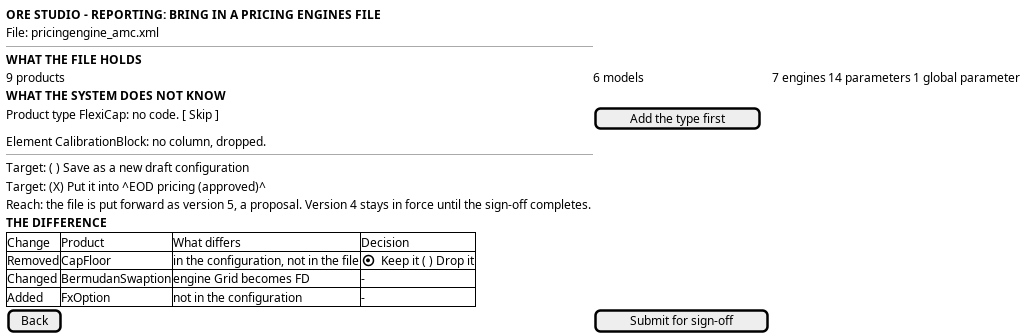
This is doc/knowledge/journeys/reporting/wireframe_bring_in_a_pricing_engines_file.png from OreStudio/OreStudio, a PlantUML export, as it was before one commit. Its source is kept beside it as doc/knowledge/journeys/reporting/wireframe_bring_in_a_pricing_engines_file.puml.
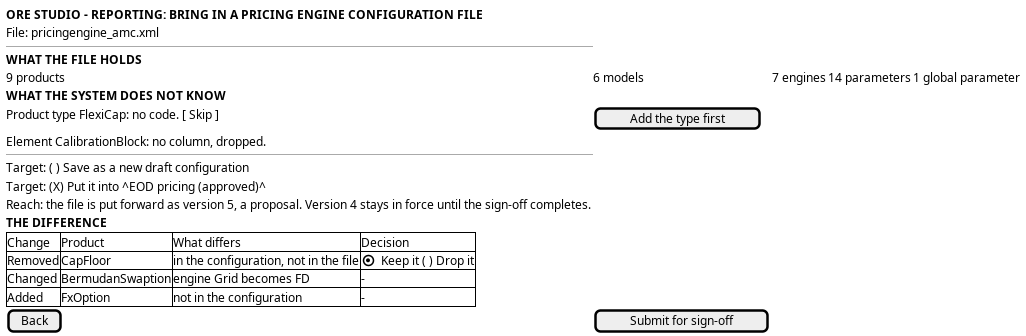
The same diagram one commit later.

Commit message:
[doc] Rename the remaining wireframe titles and steps

The edit, as a diff of the source:
```diff
@@ -2,7 +2,7 @@
 
 salt
 {
-  <b>ORE STUDIO - REPORTING: BRING IN A PRICING ENGINES FILE</b>
+  <b>ORE STUDIO - REPORTING: BRING IN A PRICING ENGINE CONFIGURATION FILE</b>
   File: pricingengine_amc.xml
   --
   <b>WHAT THE FILE HOLDS</b>
```
